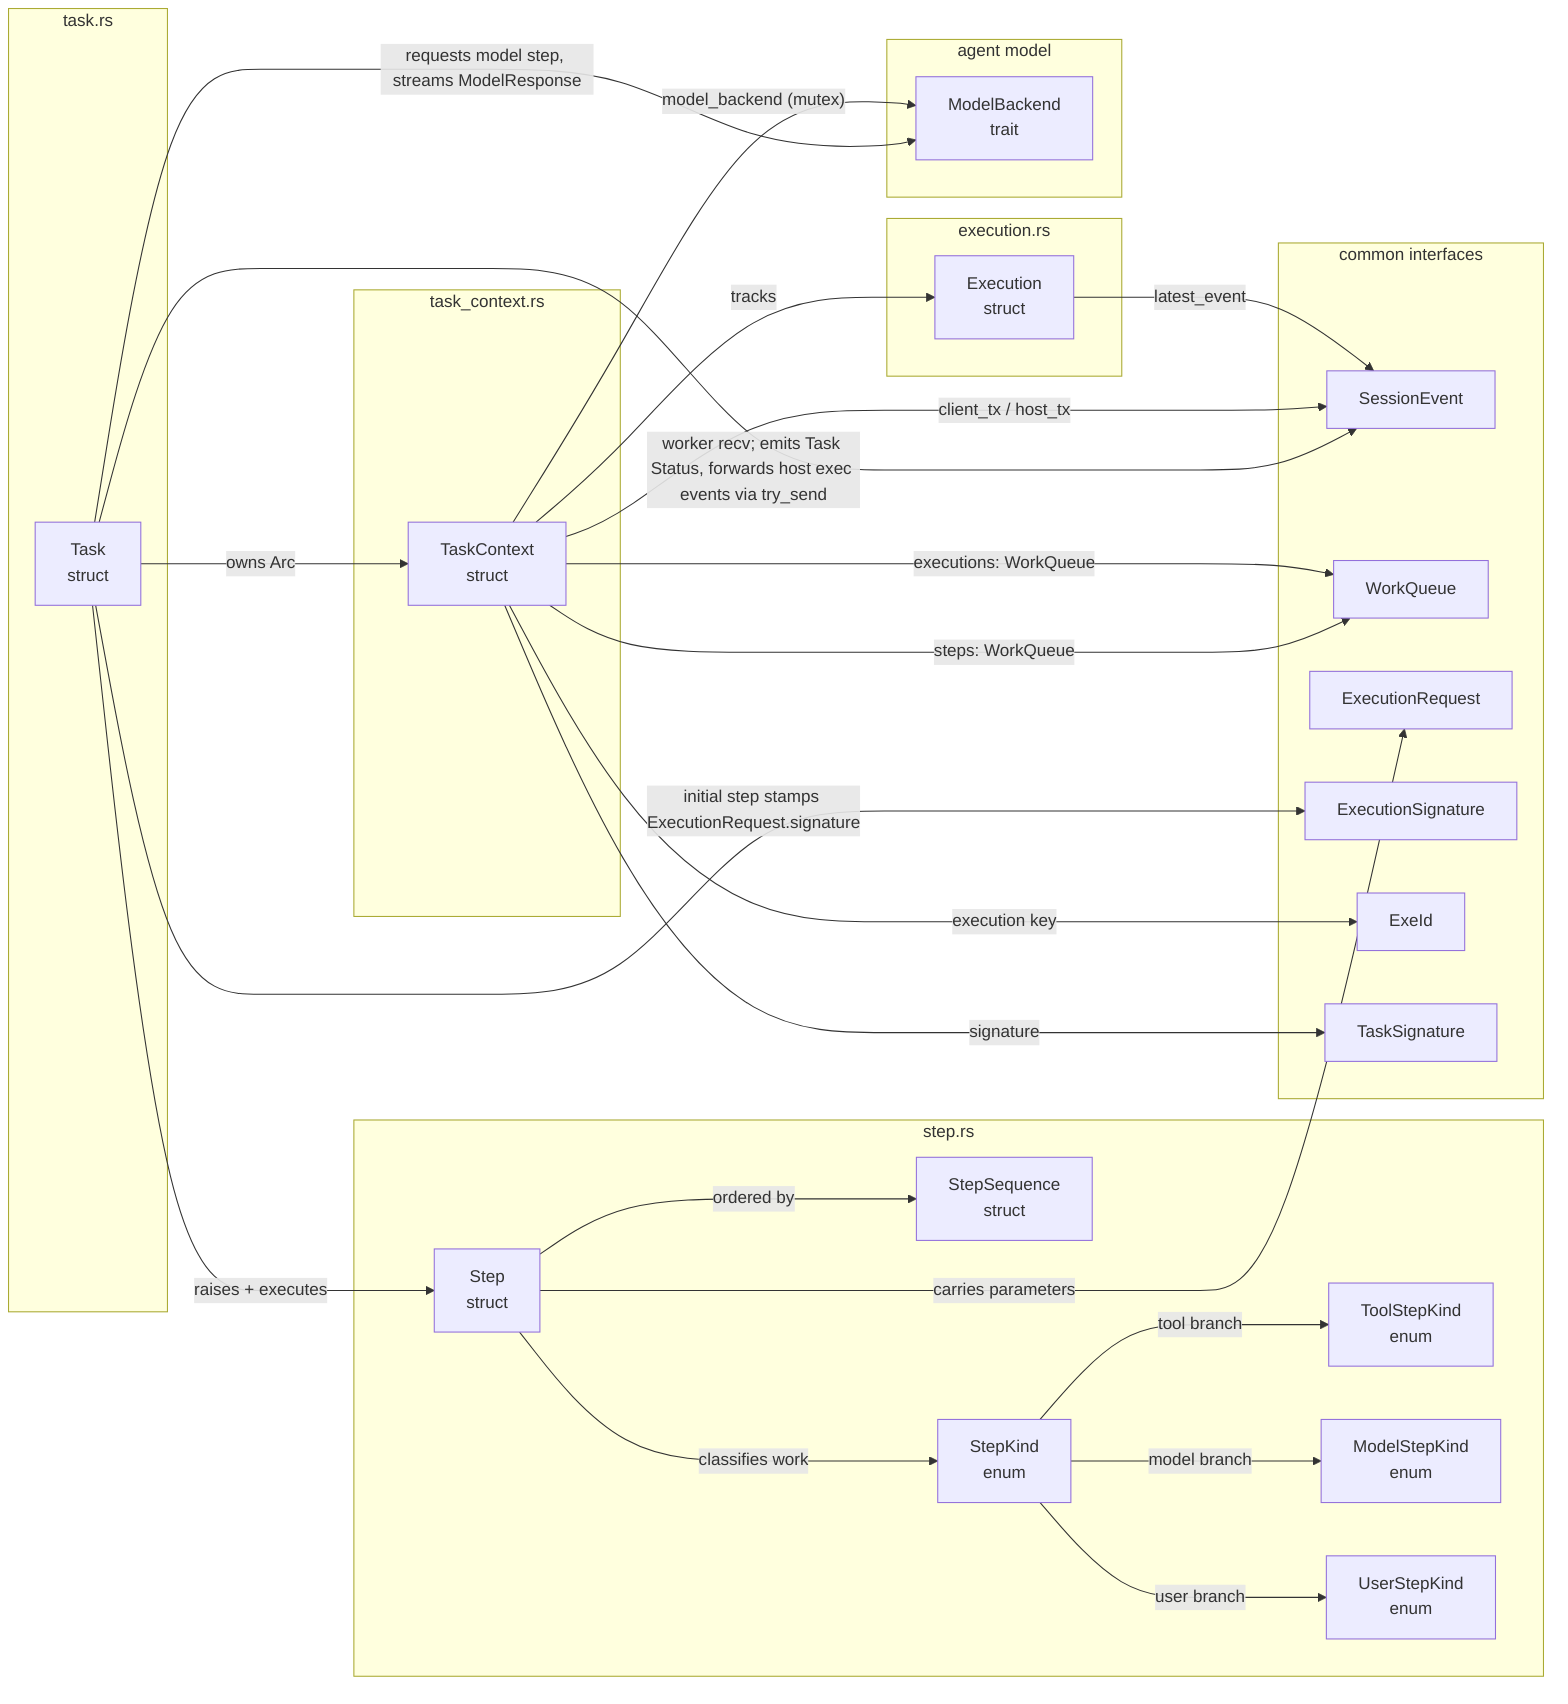
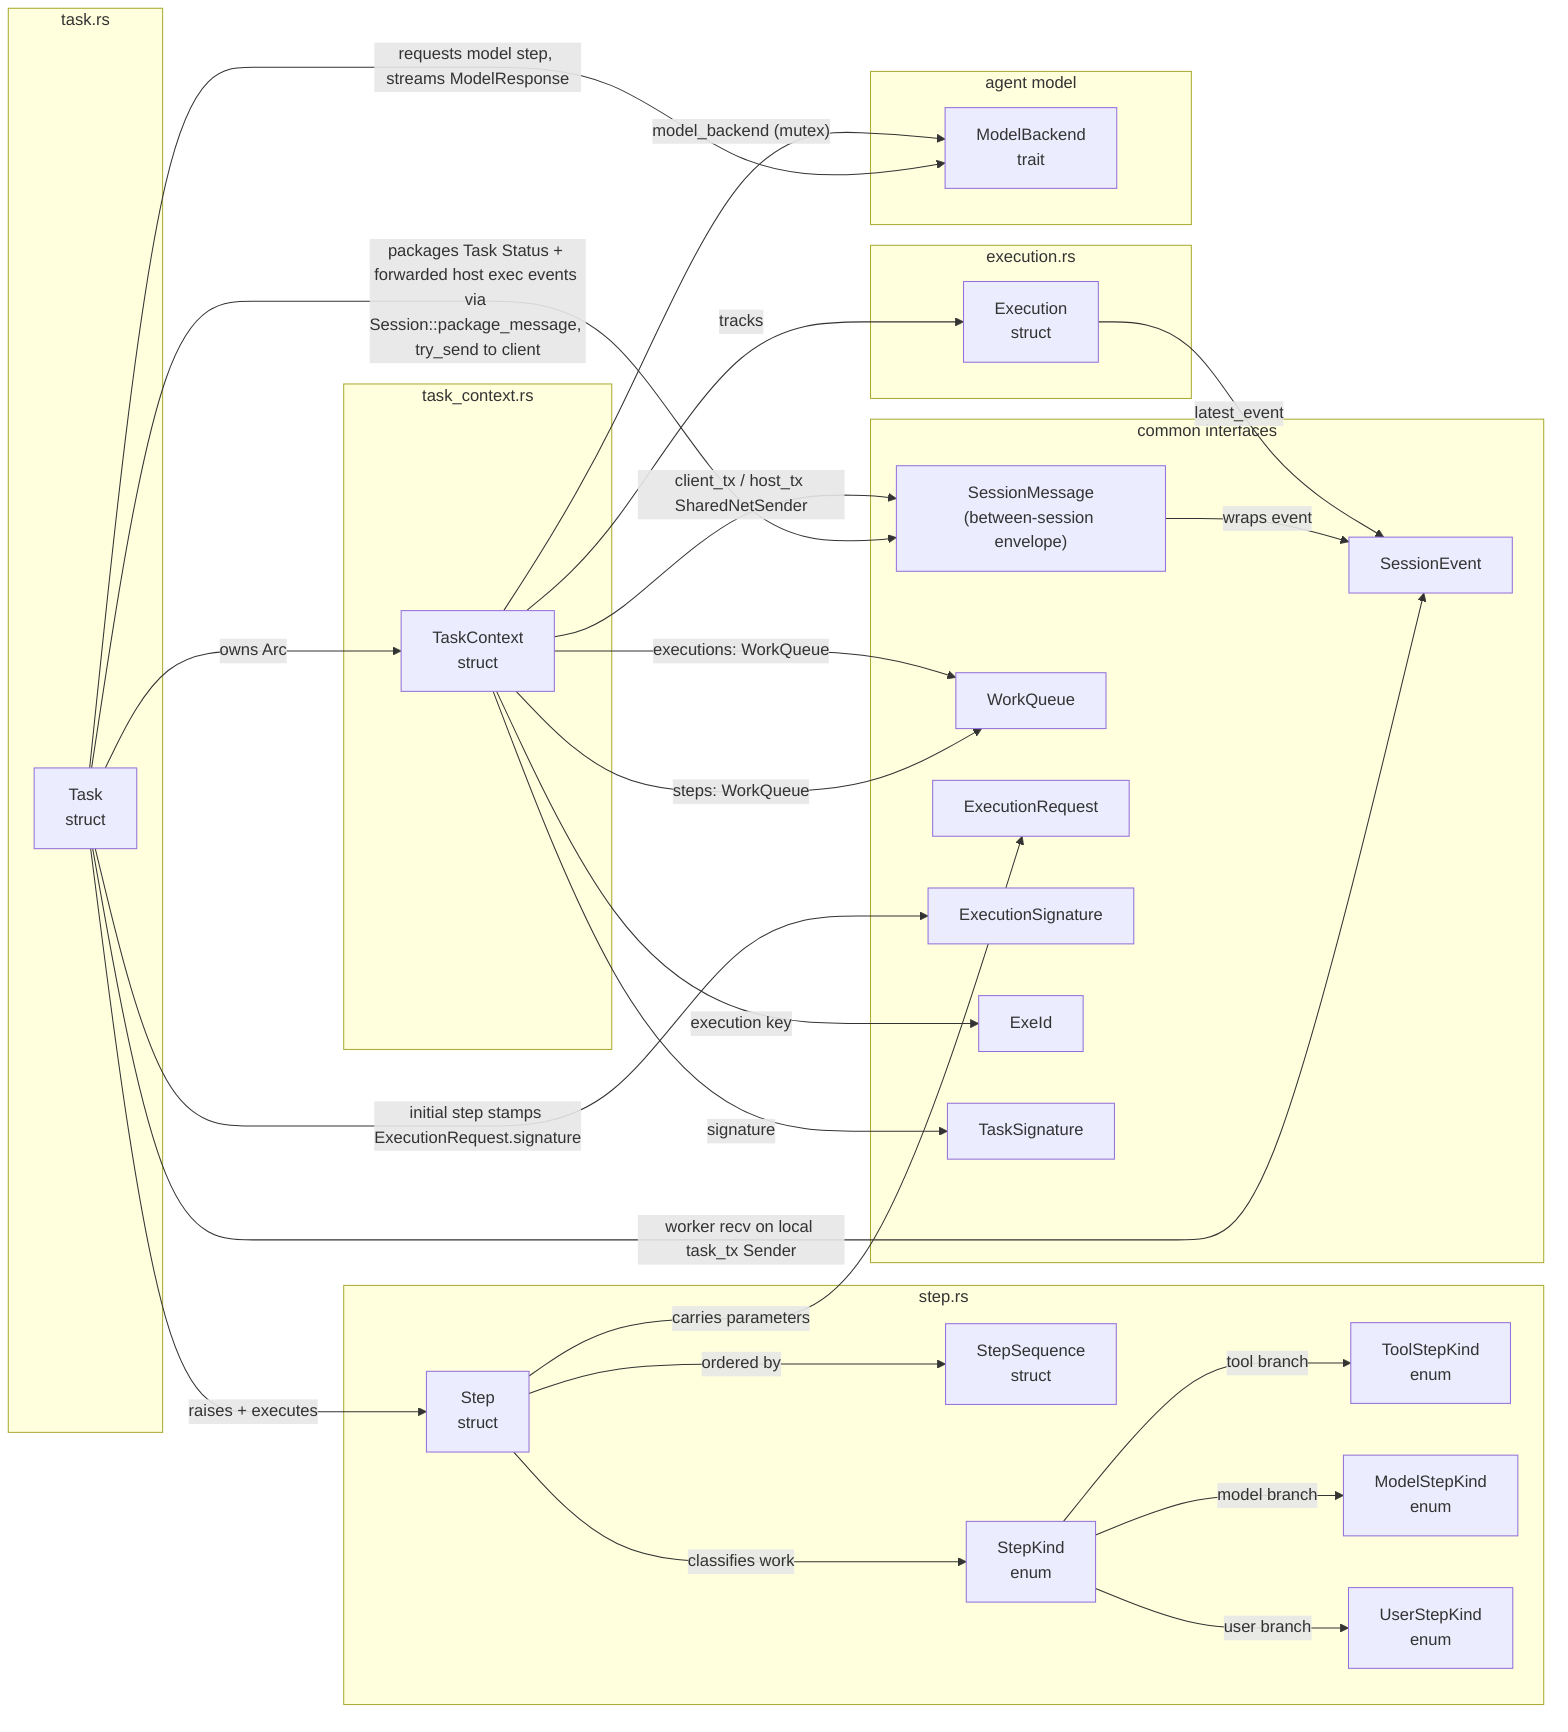
flowchart LR
-   %% mod.rs re-exports task types; Task::new spawns the event-loop worker directly (no separate run); Task drives model steps on worker threads and emits events by synchronously locking client_tx (std::sync::Mutex) and calling try_send.
+   %% mod.rs re-exports task types; Task::new spawns the event-loop worker directly (no separate run); Task drives model steps on worker threads and emits events by synchronously locking client_tx (std::sync::Mutex), packaging each SessionEvent into a SessionMessage via Session::package_message, and calling try_send. The local task_tx/task_rx control channel stays Sender/Receiver<SessionEvent>.
  subgraph step_rs[step.rs]
    StepSequence["StepSequence\nstruct"]
    Step["Step\nstruct"]
    StepKind["StepKind\nenum"]
    ToolStepKind["ToolStepKind\nenum"]
    ModelStepKind["ModelStepKind\nenum"]
    UserStepKind["UserStepKind\nenum"]
  end

  subgraph task_rs[task.rs]
    Task["Task\nstruct"]
  end

  subgraph task_context_rs[task_context.rs]
    TaskContext["TaskContext\nstruct"]
  end

  subgraph execution_rs[execution.rs]
    Execution["Execution\nstruct"]
  end

  subgraph common_interfaces[common interfaces]
+     SessionMessage["SessionMessage\n(between-session envelope)"]
    SessionEvent["SessionEvent"]
    WorkQueue["WorkQueue"]
    ExecutionRequest["ExecutionRequest"]
    ExecutionSignature["ExecutionSignature"]
    ExeId["ExeId"]
    TaskSignature["TaskSignature"]
  end

  subgraph agent_model[agent model]
    ModelBackend["ModelBackend\ntrait"]
  end

  Step -->|"ordered by"| StepSequence
  Step -->|"classifies work"| StepKind
  Step -->|"carries parameters"| ExecutionRequest
  StepKind -->|"tool branch"| ToolStepKind
  StepKind -->|"model branch"| ModelStepKind
  StepKind -->|"user branch"| UserStepKind

  Task -->|"owns Arc<TaskContext>"| TaskContext
  Task -->|"raises + executes"| Step
  Task -->|"requests model step, streams ModelResponse"| ModelBackend
-   Task -->|"worker recv; emits Task Status, forwards host exec events via try_send"| SessionEvent
+   Task -->|"worker recv on local task_tx Sender<SessionEvent>"| SessionEvent
+   Task -->|"packages Task Status + forwarded host exec events via Session::package_message, try_send to client"| SessionMessage
+   SessionMessage -->|"wraps event"| SessionEvent
  Task -->|"initial step stamps ExecutionRequest.signature"| ExecutionSignature

  TaskContext -->|"signature"| TaskSignature
  TaskContext -->|"model_backend (mutex)"| ModelBackend
  TaskContext -->|"steps: WorkQueue<StepSequence, Step>"| WorkQueue
  TaskContext -->|"executions: WorkQueue<ExeId, Execution>"| WorkQueue
  TaskContext -->|"tracks"| Execution
  TaskContext -->|"execution key"| ExeId
-   TaskContext -->|"client_tx / host_tx"| SessionEvent
+   TaskContext -->|"client_tx / host_tx SharedNetSender<SessionMessage>"| SessionMessage

  Execution -->|"latest_event"| SessionEvent
